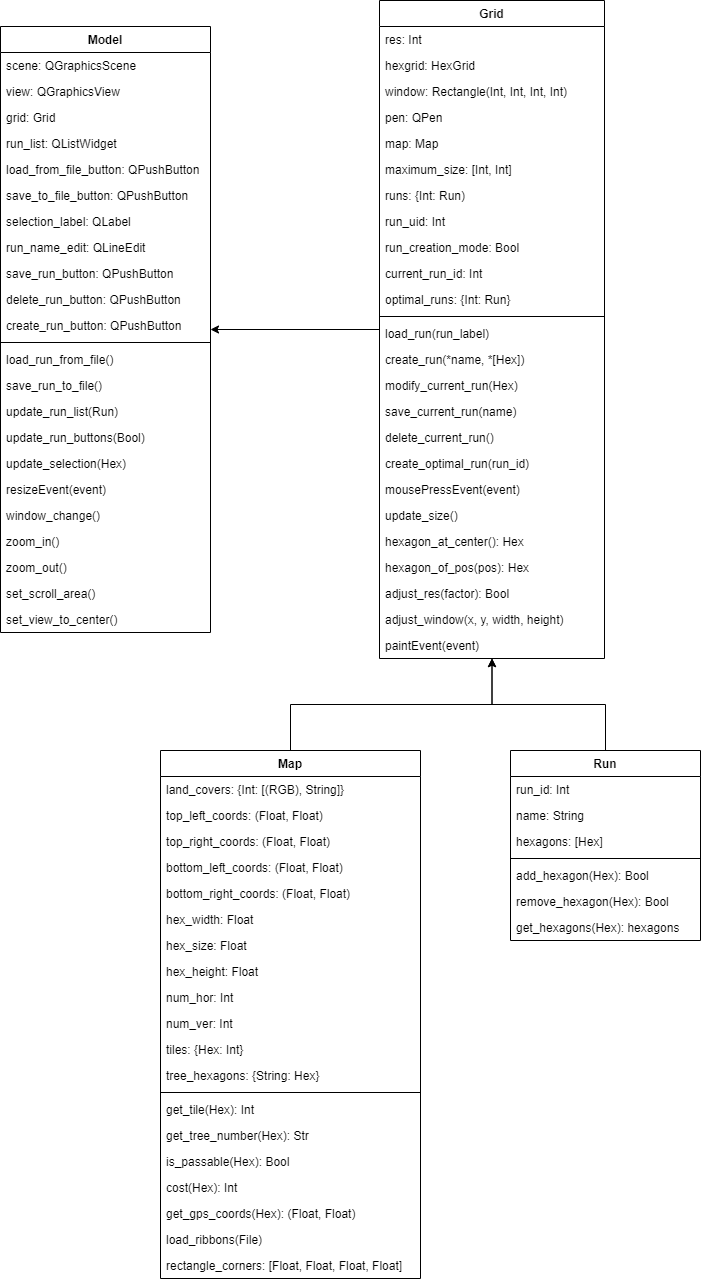
Before: docs/datastructure.png, a diagram exported from draw.io (JorisOud/bachelor_project). Source tidied: cells renumbered, new cells last; positions are measured from the earlier drawing's top-left corner, leaving out a move shared by most shapes.
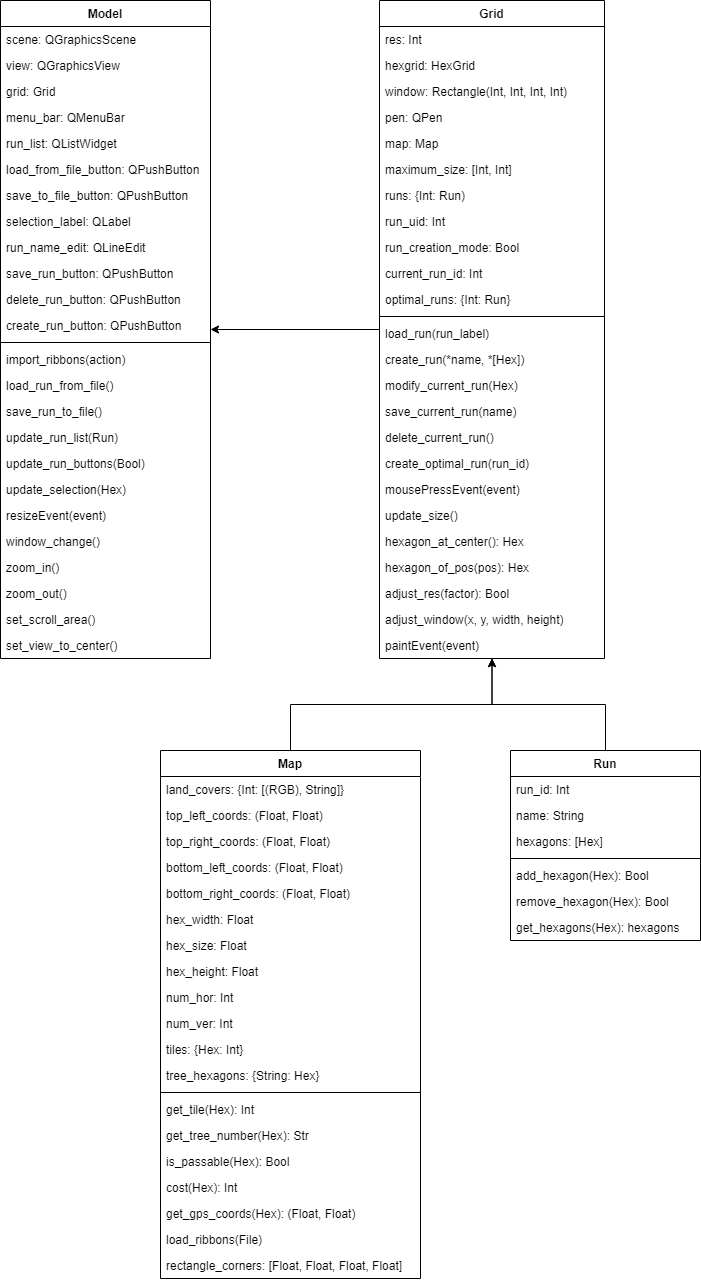
Later version of the same file.

What changed in the source:
```diff
@@ -3,7 +3,7 @@
     <mxCell id="0" />
     <mxCell id="1" parent="0" />
     <mxCell id="2" value="Model" style="swimlane;fontStyle=1;align=center;verticalAlign=top;horizontal=1;startSize=26;" parent="1" vertex="1">
-      <mxGeometry y="26" width="210" height="606" as="geometry" />
+      <mxGeometry width="210" height="658" as="geometry" />
     </mxCell>
     <mxCell id="3" value="scene: QGraphicsScene" style="text;strokeColor=none;fillColor=none;align=left;verticalAlign=top;spacingLeft=4;spacingRight=4;overflow=hidden;" parent="2" vertex="1">
       <mxGeometry y="26" width="210" height="26" as="geometry" />
@@ -14,65 +14,71 @@
     <mxCell id="5" value="grid: Grid" style="text;strokeColor=none;fillColor=none;align=left;verticalAlign=top;spacingLeft=4;spacingRight=4;overflow=hidden;" parent="2" vertex="1">
       <mxGeometry y="78" width="210" height="26" as="geometry" />
     </mxCell>
+    <mxCell id="84" value="menu_bar: QMenuBar" style="text;strokeColor=none;fillColor=none;align=left;verticalAlign=top;spacingLeft=4;spacingRight=4;overflow=hidden;" parent="2" vertex="1">
+      <mxGeometry y="104" width="210" height="26" as="geometry" />
+    </mxCell>
     <mxCell id="6" value="run_list: QListWidget" style="text;strokeColor=none;fillColor=none;align=left;verticalAlign=top;spacingLeft=4;spacingRight=4;overflow=hidden;" parent="2" vertex="1">
-      <mxGeometry y="104" width="210" height="26" as="geometry" />
+      <mxGeometry y="130" width="210" height="26" as="geometry" />
     </mxCell>
     <mxCell id="7" value="load_from_file_button: QPushButton" style="text;strokeColor=none;fillColor=none;align=left;verticalAlign=top;spacingLeft=4;spacingRight=4;overflow=hidden;" parent="2" vertex="1">
-      <mxGeometry y="130" width="210" height="26" as="geometry" />
+      <mxGeometry y="156" width="210" height="26" as="geometry" />
     </mxCell>
     <mxCell id="8" value="save_to_file_button: QPushButton" style="text;strokeColor=none;fillColor=none;align=left;verticalAlign=top;spacingLeft=4;spacingRight=4;overflow=hidden;" parent="2" vertex="1">
-      <mxGeometry y="156" width="210" height="26" as="geometry" />
+      <mxGeometry y="182" width="210" height="26" as="geometry" />
     </mxCell>
     <mxCell id="9" value="selection_label: QLabel" style="text;strokeColor=none;fillColor=none;align=left;verticalAlign=top;spacingLeft=4;spacingRight=4;overflow=hidden;" parent="2" vertex="1">
-      <mxGeometry y="182" width="210" height="26" as="geometry" />
+      <mxGeometry y="208" width="210" height="26" as="geometry" />
     </mxCell>
     <mxCell id="10" value="run_name_edit: QLineEdit" style="text;strokeColor=none;fillColor=none;align=left;verticalAlign=top;spacingLeft=4;spacingRight=4;overflow=hidden;" parent="2" vertex="1">
-      <mxGeometry y="208" width="210" height="26" as="geometry" />
+      <mxGeometry y="234" width="210" height="26" as="geometry" />
     </mxCell>
     <mxCell id="11" value="save_run_button: QPushButton" style="text;strokeColor=none;fillColor=none;align=left;verticalAlign=top;spacingLeft=4;spacingRight=4;overflow=hidden;" parent="2" vertex="1">
-      <mxGeometry y="234" width="210" height="26" as="geometry" />
+      <mxGeometry y="260" width="210" height="26" as="geometry" />
     </mxCell>
     <mxCell id="12" value="delete_run_button: QPushButton" style="text;strokeColor=none;fillColor=none;align=left;verticalAlign=top;spacingLeft=4;spacingRight=4;overflow=hidden;" parent="2" vertex="1">
-      <mxGeometry y="260" width="210" height="26" as="geometry" />
+      <mxGeometry y="286" width="210" height="26" as="geometry" />
     </mxCell>
     <mxCell id="13" value="create_run_button: QPushButton" style="text;strokeColor=none;fillColor=none;align=left;verticalAlign=top;spacingLeft=4;spacingRight=4;overflow=hidden;" parent="2" vertex="1">
-      <mxGeometry y="286" width="210" height="26" as="geometry" />
+      <mxGeometry y="312" width="210" height="26" as="geometry" />
     </mxCell>
     <mxCell id="14" style="line;strokeWidth=1;fillColor=none;align=left;verticalAlign=middle;spacingTop=-1;spacingLeft=3;spacingRight=3;labelPosition=right;" parent="2" vertex="1">
-      <mxGeometry y="312" width="210" height="8" as="geometry" />
+      <mxGeometry y="338" width="210" height="8" as="geometry" />
     </mxCell>
+    <mxCell id="85" value="import_ribbons(action)" style="text;strokeColor=none;fillColor=none;align=left;verticalAlign=top;spacingLeft=4;spacingRight=4;overflow=hidden;" parent="2" vertex="1">
+      <mxGeometry y="346" width="210" height="26" as="geometry" />
+    </mxCell>
     <mxCell id="15" value="load_run_from_file()" style="text;strokeColor=none;fillColor=none;align=left;verticalAlign=top;spacingLeft=4;spacingRight=4;overflow=hidden;" parent="2" vertex="1">
-      <mxGeometry y="320" width="210" height="26" as="geometry" />
+      <mxGeometry y="372" width="210" height="26" as="geometry" />
     </mxCell>
     <mxCell id="16" value="save_run_to_file()" style="text;strokeColor=none;fillColor=none;align=left;verticalAlign=top;spacingLeft=4;spacingRight=4;overflow=hidden;" parent="2" vertex="1">
-      <mxGeometry y="346" width="210" height="26" as="geometry" />
+      <mxGeometry y="398" width="210" height="26" as="geometry" />
     </mxCell>
     <mxCell id="17" value="update_run_list(Run)" style="text;strokeColor=none;fillColor=none;align=left;verticalAlign=top;spacingLeft=4;spacingRight=4;overflow=hidden;" parent="2" vertex="1">
-      <mxGeometry y="372" width="210" height="26" as="geometry" />
+      <mxGeometry y="424" width="210" height="26" as="geometry" />
     </mxCell>
     <mxCell id="18" value="update_run_buttons(Bool)" style="text;strokeColor=none;fillColor=none;align=left;verticalAlign=top;spacingLeft=4;spacingRight=4;overflow=hidden;" parent="2" vertex="1">
-      <mxGeometry y="398" width="210" height="26" as="geometry" />
+      <mxGeometry y="450" width="210" height="26" as="geometry" />
     </mxCell>
     <mxCell id="19" value="update_selection(Hex)" style="text;strokeColor=none;fillColor=none;align=left;verticalAlign=top;spacingLeft=4;spacingRight=4;overflow=hidden;" parent="2" vertex="1">
-      <mxGeometry y="424" width="210" height="26" as="geometry" />
+      <mxGeometry y="476" width="210" height="26" as="geometry" />
     </mxCell>
     <mxCell id="20" value="resizeEvent(event)" style="text;strokeColor=none;fillColor=none;align=left;verticalAlign=top;spacingLeft=4;spacingRight=4;overflow=hidden;" parent="2" vertex="1">
-      <mxGeometry y="450" width="210" height="26" as="geometry" />
+      <mxGeometry y="502" width="210" height="26" as="geometry" />
     </mxCell>
     <mxCell id="21" value="window_change()" style="text;strokeColor=none;fillColor=none;align=left;verticalAlign=top;spacingLeft=4;spacingRight=4;overflow=hidden;" parent="2" vertex="1">
-      <mxGeometry y="476" width="210" height="26" as="geometry" />
+      <mxGeometry y="528" width="210" height="26" as="geometry" />
     </mxCell>
     <mxCell id="22" value="zoom_in()" style="text;strokeColor=none;fillColor=none;align=left;verticalAlign=top;spacingLeft=4;spacingRight=4;overflow=hidden;" parent="2" vertex="1">
-      <mxGeometry y="502" width="210" height="26" as="geometry" />
+      <mxGeometry y="554" width="210" height="26" as="geometry" />
     </mxCell>
     <mxCell id="23" value="zoom_out()" style="text;strokeColor=none;fillColor=none;align=left;verticalAlign=top;spacingLeft=4;spacingRight=4;overflow=hidden;" parent="2" vertex="1">
-      <mxGeometry y="528" width="210" height="26" as="geometry" />
+      <mxGeometry y="580" width="210" height="26" as="geometry" />
     </mxCell>
     <mxCell id="24" value="set_scroll_area()" style="text;strokeColor=none;fillColor=none;align=left;verticalAlign=top;spacingLeft=4;spacingRight=4;overflow=hidden;" parent="2" vertex="1">
-      <mxGeometry y="554" width="210" height="26" as="geometry" />
+      <mxGeometry y="606" width="210" height="26" as="geometry" />
     </mxCell>
     <mxCell id="25" value="set_view_to_center()" style="text;strokeColor=none;fillColor=none;align=left;verticalAlign=top;spacingLeft=4;spacingRight=4;overflow=hidden;" parent="2" vertex="1">
-      <mxGeometry y="580" width="210" height="26" as="geometry" />
+      <mxGeometry y="632" width="210" height="26" as="geometry" />
     </mxCell>
     <mxCell id="26" style="edgeStyle=orthogonalEdgeStyle;rounded=0;jettySize=auto;html=1;" parent="1" edge="1" source="27" target="2">
       <mxGeometry relative="1" as="geometry" />
```
